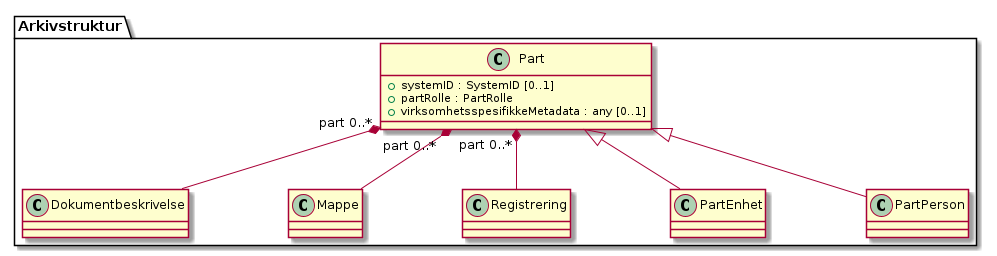
The PlantUML diagram kapitler/media/uml-class-part.png in arkivverket/noark5-tjenestegrensesnitt-standard, before a commit. The source it was exported from:
```plantuml
@startuml
skinparam nodesep 100
class Arkivstruktur.Part {
  +systemID : SystemID [0..1]
  +partRolle : PartRolle
  +virksomhetsspesifikkeMetadata : any [0..1]
}
Arkivstruktur.Part "part 0..*" *-- Arkivstruktur.Dokumentbeskrivelse
Arkivstruktur.Part "part 0..*" *-- Arkivstruktur.Mappe
Arkivstruktur.Part "part 0..*" *-- Arkivstruktur.Registrering
Arkivstruktur.Part <|-- Arkivstruktur.PartEnhet
Arkivstruktur.Part <|-- Arkivstruktur.PartPerson
@enduml
```
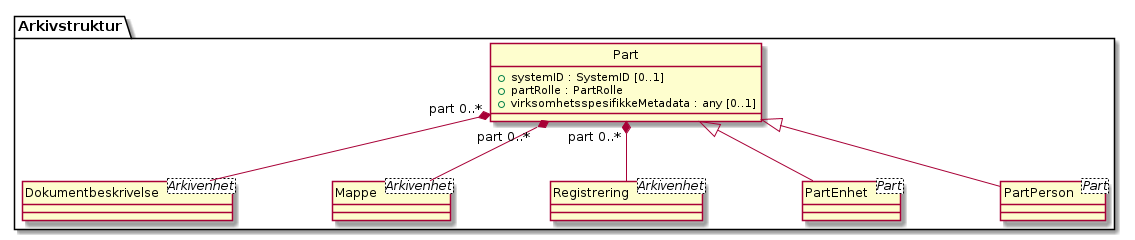
The same diagram one commit later.

What changed in the source:
```diff
@@ -1,13 +1,24 @@
 @startuml
 skinparam nodesep 100
+hide circle
 class Arkivstruktur.Part {
   +systemID : SystemID [0..1]
   +partRolle : PartRolle
   +virksomhetsspesifikkeMetadata : any [0..1]
 }
+class Arkivstruktur.Dokumentbeskrivelse <Arkivenhet> {
+}
 Arkivstruktur.Part "part 0..*" *-- Arkivstruktur.Dokumentbeskrivelse
+class Arkivstruktur.Mappe <Arkivenhet> {
+}
 Arkivstruktur.Part "part 0..*" *-- Arkivstruktur.Mappe
+class Arkivstruktur.Registrering <Arkivenhet> {
+}
 Arkivstruktur.Part "part 0..*" *-- Arkivstruktur.Registrering
+class Arkivstruktur.PartEnhet <Part> {
+}
 Arkivstruktur.Part <|-- Arkivstruktur.PartEnhet
+class Arkivstruktur.PartPerson <Part> {
+}
 Arkivstruktur.Part <|-- Arkivstruktur.PartPerson
 @enduml
```
